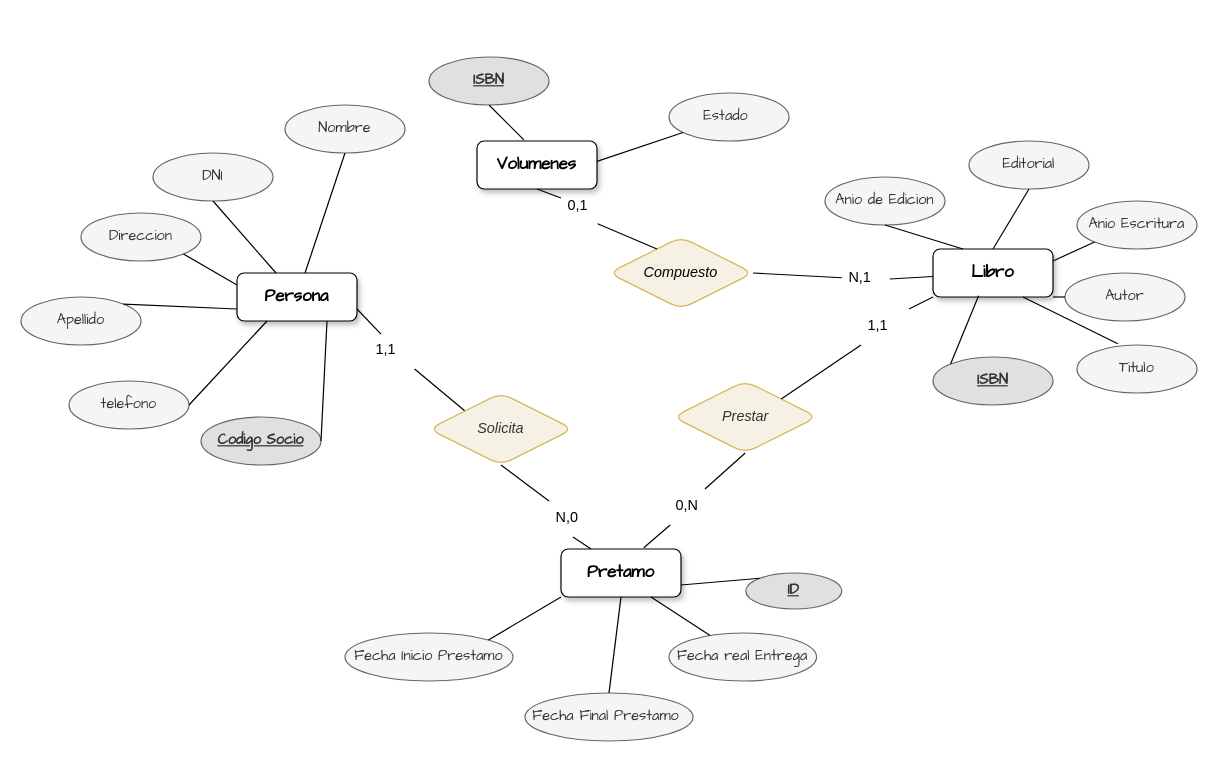
Above: Actividad_01_C3_UD12.drawio in jordimall/jmg-tsys-ta12diagramasER-drawio-111023 (draw.io), before the change. Source tidied: cells renumbered, new cells numbered last; positions are measured from the earlier drawing's top-left corner, leaving out a move shared by most shapes. Both pictures are drawn from the tidied source at 120%, with x=0, y=0 at pixel (20, 56).
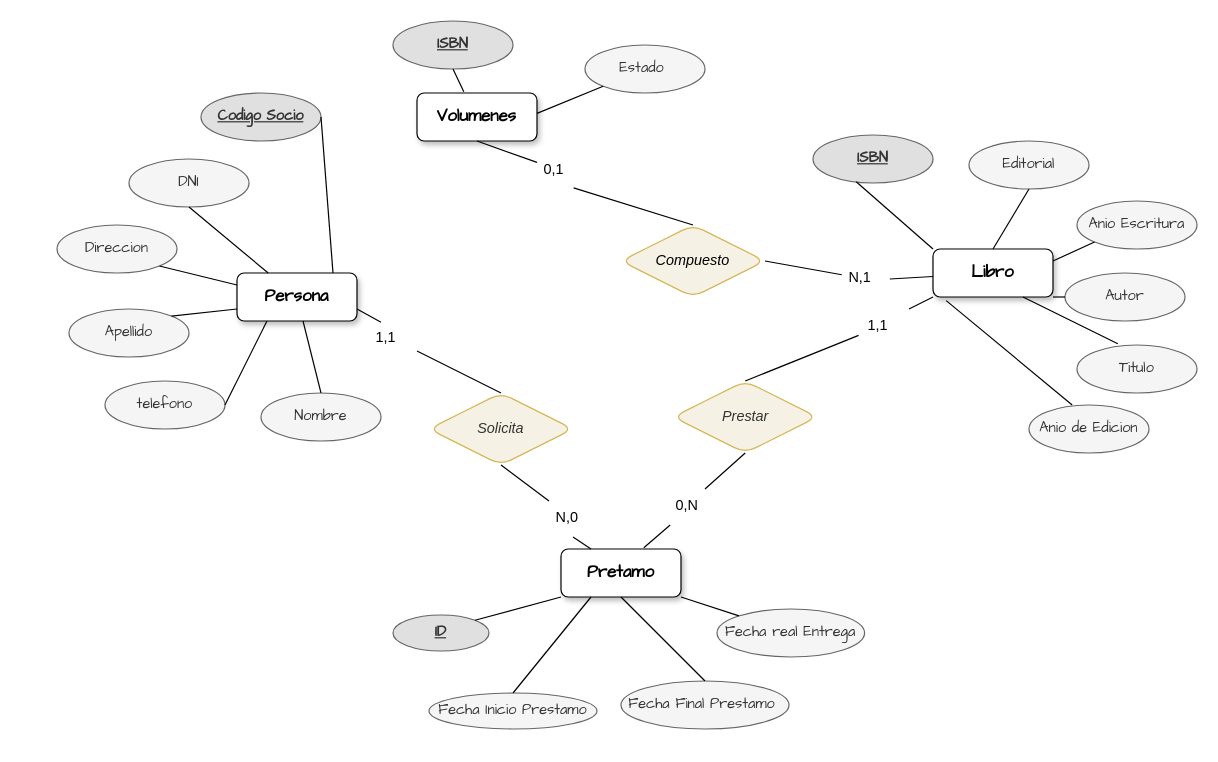
Above is the later version.

The change refers to these unchanged cells:
```xml
<mxCell id="2" value="Persona" style="whiteSpace=wrap;html=1;align=center;fillStyle=auto;rounded=1;shadow=1;glass=0;strokeColor=default;labelBorderColor=none;labelBackgroundColor=none;fontSize=14;fontFamily=Comic Sans MS;fontStyle=1;" parent="1" vertex="1">
  <mxGeometry x="180" y="180" width="100" height="40" as="geometry" />
</mxCell>
<mxCell id="3" value="Libro" style="whiteSpace=wrap;html=1;align=center;rounded=1;shadow=1;labelBorderColor=none;labelBackgroundColor=none;fontSize=14;fontFamily=Comic Sans MS;fontStyle=1;" parent="1" vertex="1">
  <mxGeometry x="760" y="160" width="100" height="40" as="geometry" />
</mxCell>
<mxCell id="4" value="Pretamo" style="whiteSpace=wrap;html=1;align=center;rounded=1;shadow=1;labelBorderColor=none;labelBackgroundColor=none;fontSize=14;fontFamily=Comic Sans MS;fontStyle=1;" parent="1" vertex="1">
  <mxGeometry x="450" y="410" width="100" height="40" as="geometry" />
</mxCell>
<mxCell id="23" value="Prestar" style="shape=rhombus;perimeter=rhombusPerimeter;whiteSpace=wrap;html=1;align=center;fillColor=#f6f1e5;fontColor=#333333;strokeColor=#d6b656;fontStyle=2;rounded=1;" parent="1" vertex="1">
  <mxGeometry x="543.5" y="270" width="120" height="60" as="geometry" />
</mxCell>
<mxCell id="26" value="Solicita" style="shape=rhombus;perimeter=rhombusPerimeter;whiteSpace=wrap;html=1;align=center;fillColor=#f6f1e5;fontColor=#333333;strokeColor=#d6b656;fontStyle=2;rounded=1;" parent="1" vertex="1">
  <mxGeometry x="340" y="280" width="120" height="60" as="geometry" />
</mxCell>
<mxCell id="56" value="1,1" style="text;strokeColor=none;fillColor=none;spacingLeft=4;spacingRight=4;overflow=hidden;points=[[0,0.5],[1,0.5]];portConstraint=eastwest;fontSize=12;whiteSpace=wrap;html=1;rounded=1;" parent="1" vertex="1">
  <mxGeometry x="700" y="210" width="40" height="30" as="geometry" />
</mxCell>
```

The edit, as a diff of the source:
```diff
@@
     <mxCell id="5" value="DNI" style="ellipse;whiteSpace=wrap;html=1;align=center;fillColor=#f5f5f5;fontColor=#333333;strokeColor=#666666;rounded=1;fontFamily=Comic Sans MS;" parent="1" vertex="1">
-      <mxGeometry x="110" y="80" width="100" height="40" as="geometry" />
+      <mxGeometry x="90" y="85" width="100" height="40" as="geometry" />
     </mxCell>
     <mxCell id="6" value="Codigo Socio" style="ellipse;whiteSpace=wrap;html=1;align=center;fontStyle=5;fillColor=#e0e0e0;fontColor=#333333;strokeColor=#666666;rounded=1;fontFamily=Comic Sans MS;" parent="1" vertex="1">
-      <mxGeometry x="150" y="300" width="100" height="40" as="geometry" />
+      <mxGeometry x="150" y="30" width="100" height="40" as="geometry" />
     </mxCell>
     <mxCell id="7" value="telefono" style="ellipse;whiteSpace=wrap;html=1;align=center;fillColor=#f5f5f5;fontColor=#333333;strokeColor=#666666;rounded=1;fontFamily=Comic Sans MS;" parent="1" vertex="1">
-      <mxGeometry x="40" y="270" width="100" height="40" as="geometry" />
+      <mxGeometry x="70" y="270" width="100" height="40" as="geometry" />
     </mxCell>
     <mxCell id="8" value="Direccion" style="ellipse;whiteSpace=wrap;html=1;align=center;fillColor=#f5f5f5;fontColor=#333333;strokeColor=#666666;rounded=1;fontFamily=Comic Sans MS;" parent="1" vertex="1">
-      <mxGeometry x="50" y="130" width="100" height="40" as="geometry" />
+      <mxGeometry x="30" y="140" width="100" height="40" as="geometry" />
     </mxCell>
     <mxCell id="9" value="Apellido" style="ellipse;whiteSpace=wrap;html=1;align=center;fillColor=#f5f5f5;fontColor=#333333;strokeColor=#666666;rounded=1;fontFamily=Comic Sans MS;" parent="1" vertex="1">
-      <mxGeometry y="200" width="100" height="40" as="geometry" />
+      <mxGeometry x="40" y="210" width="100" height="40" as="geometry" />
     </mxCell>
     <mxCell id="10" value="Nombre" style="ellipse;whiteSpace=wrap;html=1;align=center;fillColor=#f5f5f5;fontColor=#333333;strokeColor=#666666;rounded=1;fontFamily=Comic Sans MS;" parent="1" vertex="1">
-      <mxGeometry x="220" y="40" width="100" height="40" as="geometry" />
+      <mxGeometry x="200" y="280" width="100" height="40" as="geometry" />
     </mxCell>
@@
     <mxCell id="13" value="Anio de Edicion" style="ellipse;whiteSpace=wrap;html=1;align=center;fillStyle=auto;strokeColor=#666666;fillColor=#f5f5f5;fontColor=#333333;rounded=1;fontFamily=Comic Sans MS;" parent="1" vertex="1">
-      <mxGeometry x="670" y="100" width="100" height="40" as="geometry" />
+      <mxGeometry x="840" y="290" width="100" height="40" as="geometry" />
     </mxCell>
@@
     <mxCell id="15" value="ISBN" style="ellipse;whiteSpace=wrap;html=1;align=center;fontStyle=5;fillColor=#e0e0e0;strokeColor=#666666;fontColor=#333333;rounded=1;fontFamily=Comic Sans MS;" parent="1" vertex="1">
-      <mxGeometry x="760" y="250" width="100" height="40" as="geometry" />
+      <mxGeometry x="660" y="65" width="100" height="40" as="geometry" />
     </mxCell>
@@
     <mxCell id="17" value="Fecha Inicio Prestamo" style="ellipse;whiteSpace=wrap;html=1;align=center;fillColor=#f5f5f5;strokeColor=#666666;fontColor=#333333;rounded=1;fontFamily=Comic Sans MS;" parent="1" vertex="1">
-      <mxGeometry x="270" y="480" width="140" height="40" as="geometry" />
+      <mxGeometry x="340" y="530" width="140" height="30" as="geometry" />
     </mxCell>
     <mxCell id="18" value="Estado&amp;nbsp;" style="ellipse;whiteSpace=wrap;html=1;align=center;fillColor=#f5f5f5;fontColor=#333333;strokeColor=#666666;rounded=1;fontFamily=Comic Sans MS;" parent="1" vertex="1">
-      <mxGeometry x="540" y="30" width="100" height="40" as="geometry" />
+      <mxGeometry x="470" y="-10" width="100" height="40" as="geometry" />
     </mxCell>
     <mxCell id="19" value="Fecha Final Prestamo&amp;nbsp;" style="ellipse;whiteSpace=wrap;html=1;align=center;fillColor=#f5f5f5;strokeColor=#666666;fontColor=#333333;rounded=1;fontFamily=Comic Sans MS;" parent="1" vertex="1">
-      <mxGeometry x="420" y="530" width="140" height="40" as="geometry" />
+      <mxGeometry x="500" y="520" width="140" height="40" as="geometry" />
     </mxCell>
     <mxCell id="20" value="Fecha real Entrega" style="ellipse;whiteSpace=wrap;html=1;align=center;fillColor=#f5f5f5;strokeColor=#666666;fontColor=#333333;rounded=1;fontFamily=Comic Sans MS;" parent="1" vertex="1">
-      <mxGeometry x="540" y="480" width="123" height="40" as="geometry" />
+      <mxGeometry x="580" y="460" width="123" height="40" as="geometry" />
     </mxCell>
-    <mxCell id="21" style="endArrow=none;html=1;rounded=1;entryX=0.75;entryY=1;entryDx=0;entryDy=0;" parent="1" edge="1" source="20" target="4">
+    <mxCell id="21" style="endArrow=none;html=1;rounded=1;entryX=1;entryY=1;entryDx=0;entryDy=0;" parent="1" edge="1" source="20" target="4">
       <mxGeometry relative="1" as="geometry" />
     </mxCell>
-    <mxCell id="22" style="endArrow=none;html=1;rounded=1;entryX=0;entryY=0;entryDx=0;entryDy=0;" parent="1" edge="1" source="58" target="26">
+    <mxCell id="22" style="endArrow=none;html=1;rounded=1;entryX=0.5;entryY=0;entryDx=0;entryDy=0;" parent="1" edge="1" source="58" target="26">
       <mxGeometry relative="1" as="geometry" />
     </mxCell>
@@
     <mxCell id="28" value="ID" style="ellipse;whiteSpace=wrap;html=1;align=center;fontStyle=5;fillColor=#e0e0e0;strokeColor=#666666;fontColor=#333333;rounded=1;fontFamily=Comic Sans MS;" parent="1" vertex="1">
-      <mxGeometry x="604" y="430" width="80" height="30" as="geometry" />
+      <mxGeometry x="310" y="465" width="80" height="30" as="geometry" />
     </mxCell>
-    <mxCell id="29" style="endArrow=none;html=1;rounded=1;entryX=0;entryY=0;entryDx=0;entryDy=0;exitX=1;exitY=0.75;exitDx=0;exitDy=0;" parent="1" edge="1" source="4" target="28">
-      <mxGeometry relative="1" as="geometry" />
+    <mxCell id="29" style="endArrow=none;html=1;rounded=1;entryX=1;entryY=0;entryDx=0;entryDy=0;" parent="1" edge="1" target="28">
+      <mxGeometry relative="1" as="geometry">
+        <mxPoint x="450" y="450" as="sourcePoint" />
+      </mxGeometry>
     </mxCell>
-    <mxCell id="30" style="endArrow=none;html=1;rounded=1;exitX=1;exitY=0;exitDx=0;exitDy=0;entryX=0;entryY=1;entryDx=0;entryDy=0;" parent="1" edge="1" source="17" target="4">
+    <mxCell id="30" style="endArrow=none;html=1;rounded=1;exitX=0.5;exitY=0;exitDx=0;exitDy=0;entryX=0.25;entryY=1;entryDx=0;entryDy=0;" parent="1" edge="1" source="17" target="4">
       <mxGeometry relative="1" as="geometry" />
     </mxCell>
@@
-    <mxCell id="32" style="endArrow=none;html=1;rounded=1;exitX=0.5;exitY=1;exitDx=0;exitDy=0;" parent="1" edge="1" source="10" target="2">
+    <mxCell id="32" style="endArrow=none;html=1;rounded=1;exitX=0.5;exitY=0;exitDx=0;exitDy=0;" parent="1" edge="1" source="10" target="2">
       <mxGeometry relative="1" as="geometry" />
     </mxCell>
@@
-    <mxCell id="35" style="endArrow=none;html=1;rounded=1;exitX=1;exitY=0.5;exitDx=0;exitDy=0;entryX=0.75;entryY=1;entryDx=0;entryDy=0;" parent="1" edge="1" source="6" target="2">
-      <mxGeometry relative="1" as="geometry" />
+    <mxCell id="35" style="endArrow=none;html=1;rounded=1;exitX=1;exitY=0.5;exitDx=0;exitDy=0;" parent="1" edge="1" source="6">
+      <mxGeometry relative="1" as="geometry">
+        <mxPoint x="260" y="180" as="targetPoint" />
+      </mxGeometry>
     </mxCell>
@@
-    <mxCell id="38" style="endArrow=none;html=1;rounded=1;exitX=0.5;exitY=1;exitDx=0;exitDy=0;entryX=0.25;entryY=0;entryDx=0;entryDy=0;" parent="1" edge="1" source="13" target="3">
+    <mxCell id="38" style="endArrow=none;html=1;rounded=1;entryX=0.11;entryY=1.075;entryDx=0;entryDy=0;entryPerimeter=0;exitX=0.36;exitY=0;exitDx=0;exitDy=0;exitPerimeter=0;" parent="1" edge="1" source="13" target="3">
       <mxGeometry relative="1" as="geometry" />
     </mxCell>
@@
-    <mxCell id="40" style="endArrow=none;html=1;rounded=1;exitX=0;exitY=0;exitDx=0;exitDy=0;entryX=0.38;entryY=0.975;entryDx=0;entryDy=0;entryPerimeter=0;" parent="1" edge="1" source="15" target="3">
+    <mxCell id="40" style="endArrow=none;html=1;rounded=1;exitX=0.36;exitY=0.975;exitDx=0;exitDy=0;entryX=0;entryY=0;entryDx=0;entryDy=0;exitPerimeter=0;" parent="1" edge="1" source="15" target="3">
       <mxGeometry relative="1" as="geometry" />
     </mxCell>
@@
     <mxCell id="44" value="Volumenes" style="whiteSpace=wrap;html=1;align=center;shadow=1;rounded=1;labelBorderColor=none;labelBackgroundColor=none;fontSize=14;fontFamily=Comic Sans MS;fontStyle=1;" parent="1" vertex="1">
-      <mxGeometry x="380" y="70" width="100" height="40" as="geometry" />
+      <mxGeometry x="330" y="30" width="100" height="40" as="geometry" />
     </mxCell>
@@
     <mxCell id="46" value="ISBN" style="ellipse;whiteSpace=wrap;html=1;align=center;fontStyle=5;fillColor=#e0e0e0;fontColor=#333333;strokeColor=#666666;rounded=1;fontFamily=Comic Sans MS;" parent="1" vertex="1">
-      <mxGeometry x="340" width="100" height="40" as="geometry" />
+      <mxGeometry x="310" y="-30" width="100" height="40" as="geometry" />
     </mxCell>
@@
     <mxCell id="48" value="Compuesto" style="shape=rhombus;perimeter=rhombusPerimeter;whiteSpace=wrap;html=1;align=center;fillColor=#f6f1e5;strokeColor=#d6b656;fontStyle=2;rounded=1;" parent="1" vertex="1">
-      <mxGeometry x="490" y="150" width="120" height="60" as="geometry" />
+      <mxGeometry x="500" y="140" width="120" height="60" as="geometry" />
     </mxCell>
-    <mxCell id="49" style="endArrow=none;html=1;rounded=1;exitX=0.763;exitY=0.967;exitDx=0;exitDy=0;exitPerimeter=0;entryX=0.333;entryY=0.167;entryDx=0;entryDy=0;entryPerimeter=0;" parent="1" edge="1" source="52" target="48">
+    <mxCell id="49" style="endArrow=none;html=1;rounded=1;exitX=0.763;exitY=0.967;exitDx=0;exitDy=0;exitPerimeter=0;entryX=0.5;entryY=0;entryDx=0;entryDy=0;" parent="1" edge="1" source="52" target="48">
       <mxGeometry relative="1" as="geometry" />
     </mxCell>
@@
     <mxCell id="52" value="0,1" style="text;strokeColor=none;fillColor=none;spacingLeft=4;spacingRight=4;overflow=hidden;points=[[0,0.5],[1,0.5]];portConstraint=eastwest;fontSize=12;whiteSpace=wrap;html=1;rounded=1;" parent="1" vertex="1">
-      <mxGeometry x="450" y="110" width="40" height="30" as="geometry" />
+      <mxGeometry x="430" y="80" width="40" height="30" as="geometry" />
     </mxCell>
@@
-    <mxCell id="55" style="endArrow=none;html=1;rounded=1;entryX=0;entryY=1;entryDx=0;entryDy=0;exitX=1;exitY=0;exitDx=0;exitDy=0;" parent="1" edge="1" source="23" target="56">
+    <mxCell id="55" style="endArrow=none;html=1;rounded=1;entryX=-0.05;entryY=0.733;entryDx=0;entryDy=0;exitX=0.5;exitY=0;exitDx=0;exitDy=0;entryPerimeter=0;" parent="1" edge="1" source="23" target="56">
       <mxGeometry relative="1" as="geometry" />
     </mxCell>
@@
     <mxCell id="58" value="1,1" style="text;strokeColor=none;fillColor=none;spacingLeft=4;spacingRight=4;overflow=hidden;points=[[0,0.5],[1,0.5]];portConstraint=eastwest;fontSize=12;whiteSpace=wrap;html=1;rounded=1;" parent="1" vertex="1">
-      <mxGeometry x="290" y="230" width="40" height="30" as="geometry" />
+      <mxGeometry x="290" y="220" width="40" height="30" as="geometry" />
     </mxCell>
@@
+    <mxCell id="63" style="edgeStyle=orthogonalEdgeStyle;rounded=0;orthogonalLoop=1;jettySize=auto;html=1;exitX=0.5;exitY=1;exitDx=0;exitDy=0;" parent="1" edge="1" source="20" target="20">
+      <mxGeometry relative="1" as="geometry" />
+    </mxCell>
```
